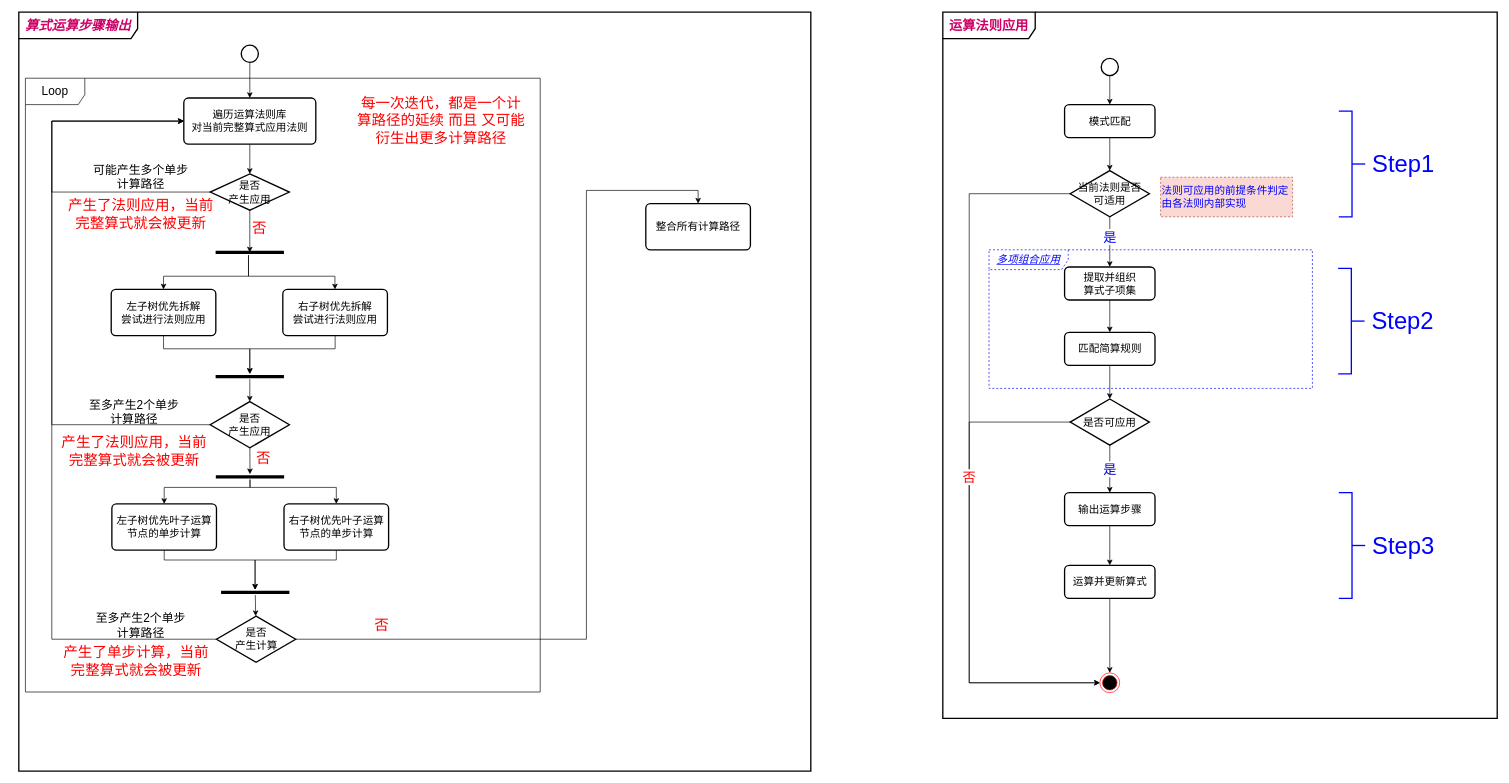
This is page "四则混合运算步骤拆解 算法基本流程设计 的副本" (7 of 7) of 数学引擎.drawio from TinlerLin/MathEngine, a draw.io file, before an edit. Source tidied: cells renumbered, new cells numbered last; positions are measured from the earlier drawing's top-left corner, leaving out a move shared by most shapes. Both pictures are drawn from the tidied source at 66%, with x=0, y=0 at pixel (18, 12).
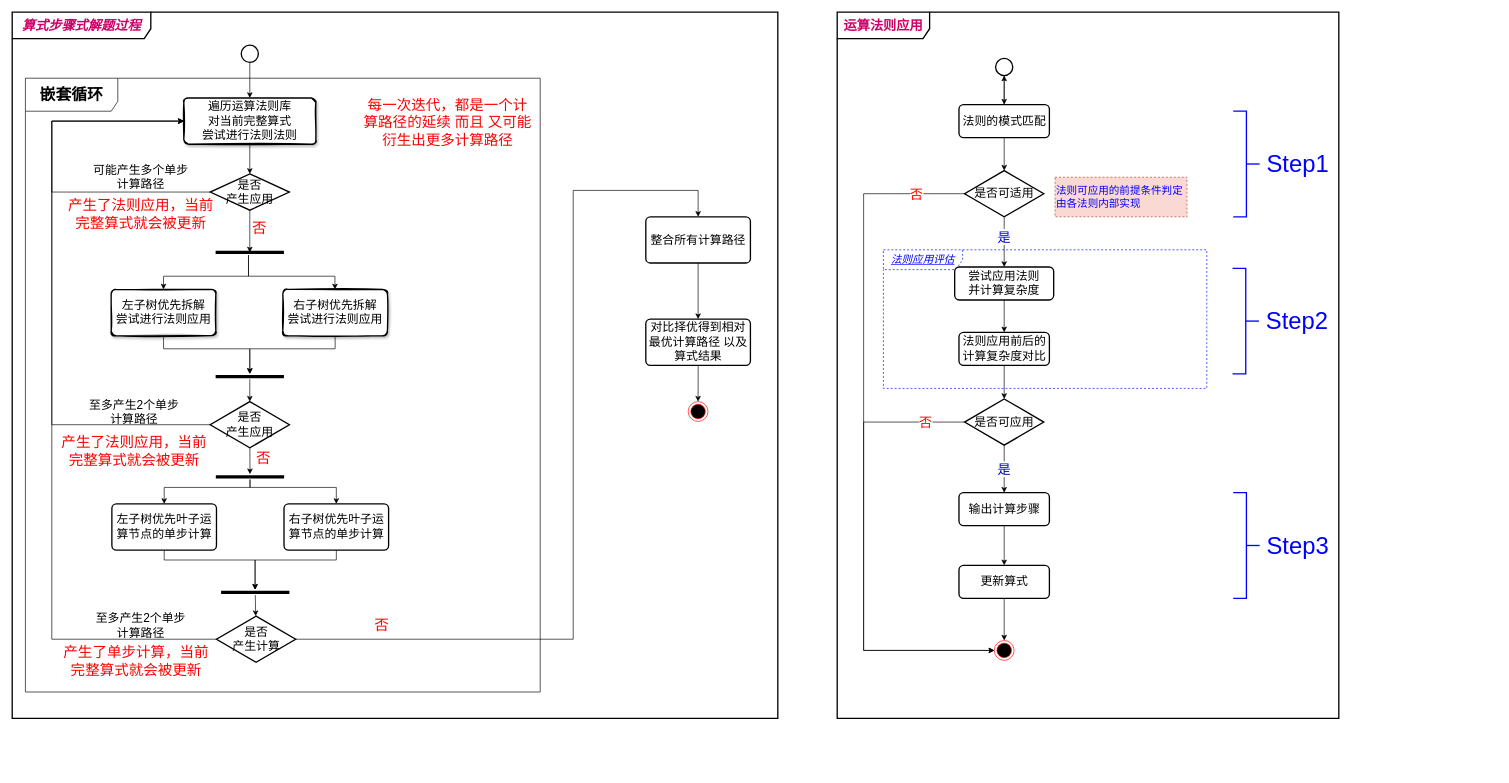
After the change.

Commit message (it also covers changes not shown here):
更新数学引擎.drawio

Diff of the diagram source:
```diff
@@
-    <mxCell id="2" value="算式运算步骤输出" style="shape=umlFrame;whiteSpace=wrap;html=1;fontSize=20;width=180;height=40;fontStyle=3;fontColor=#CC0066;strokeWidth=2;" parent="1" vertex="1">
-      <mxGeometry width="1200" height="1150" as="geometry" />
+    <mxCell id="2" value="算式步骤式解题过程" style="shape=umlFrame;whiteSpace=wrap;html=1;fontSize=20;width=210;height=40;fontStyle=3;fontColor=#CC0066;strokeWidth=2;" parent="1" vertex="1">
+      <mxGeometry x="-10" width="1160" height="1070" as="geometry" />
     </mxCell>
-    <mxCell id="3" value="Loop" style="shape=umlFrame;whiteSpace=wrap;html=1;strokeWidth=1;fontSize=18;fontColor=#000000;width=90;height=40;" parent="1" vertex="1">
+    <mxCell id="3" value="&lt;b&gt;&lt;font style=&quot;font-size: 24px;&quot;&gt;嵌套循环&lt;br&gt;&lt;/font&gt;&lt;/b&gt;" style="shape=umlFrame;whiteSpace=wrap;html=1;strokeWidth=1;fontSize=18;fontColor=#000000;width=140;height=50;" parent="1" vertex="1">
       <mxGeometry x="10" y="100" width="780" height="930" as="geometry" />
     </mxCell>
     <mxCell id="4" value="&lt;span style=&quot;font-size: 20px;&quot;&gt;运算法则应用&lt;/span&gt;" style="shape=umlFrame;whiteSpace=wrap;html=1;fontSize=20;fontColor=#CC0066;strokeColor=#000000;strokeWidth=2;fillColor=default;width=140;height=40;fontStyle=1;" parent="1" vertex="1">
-      <mxGeometry x="1400" width="840" height="1070" as="geometry" />
+      <mxGeometry x="1240" width="760" height="1070" as="geometry" />
     </mxCell>
-    <mxCell id="5" value="&lt;div style=&quot;text-align: left&quot;&gt;&lt;span&gt;多项组合应用&lt;/span&gt;&lt;/div&gt;" style="shape=umlFrame;whiteSpace=wrap;html=1;dashed=1;fontSize=16;fontColor=#0000FF;fillColor=none;width=120;height=30;fontStyle=6;strokeColor=#0000FF;" parent="1" vertex="1">
-      <mxGeometry x="1470" y="360" width="490" height="210" as="geometry" />
+    <mxCell id="5" value="&lt;div style=&quot;text-align: left&quot;&gt;&lt;span&gt;法则应用评估&lt;/span&gt;&lt;/div&gt;" style="shape=umlFrame;whiteSpace=wrap;html=1;dashed=1;fontSize=16;fontColor=#0000FF;fillColor=none;width=120;height=30;fontStyle=6;strokeColor=#0000FF;" parent="1" vertex="1">
+      <mxGeometry x="1310" y="360" width="490" height="210" as="geometry" />
     </mxCell>
-    <mxCell id="6" style="edgeStyle=orthogonalEdgeStyle;rounded=0;jettySize=auto;html=1;fontSize=20;fontColor=#FF0000;entryX=0;entryY=0.5;entryDx=0;entryDy=0;exitX=0;exitY=0.5;exitDx=0;exitDy=0;exitPerimeter=0;" parent="1" edge="1" source="20" target="11">
-      <mxGeometry relative="1" as="geometry">
-        <Array as="points">
-          <mxPoint x="1440" y="621" />
-          <mxPoint x="1440" y="1016" />
-        </Array>
-      </mxGeometry>
-    </mxCell>
@@
     <mxCell id="10" style="strokeWidth=2;html=1;shape=mxgraph.flowchart.start_2;whiteSpace=wrap;fontSize=16;" parent="1" vertex="1">
-      <mxGeometry x="1640" y="70" width="26" height="26" as="geometry" />
+      <mxGeometry x="1480" y="70" width="26" height="26" as="geometry" />
     </mxCell>
     <mxCell id="11" style="ellipse;html=1;shape=endState;fillColor=#000000;strokeColor=#ff0000;fontSize=16;" parent="1" vertex="1">
-      <mxGeometry x="1638" y="1001" width="30" height="30" as="geometry" />
+      <mxGeometry x="1478" y="952" width="30" height="30" as="geometry" />
     </mxCell>
@@
+    <mxCell id="77" style="edgeStyle=orthogonalEdgeStyle;rounded=0;jettySize=auto;html=1;fontSize=18;fontColor=#FF0000;endArrow=classic;endFill=1;" parent="1" edge="1" source="13" target="10">
+      <mxGeometry relative="1" as="geometry" />
+    </mxCell>
-    <mxCell id="13" value="模式匹配" style="rounded=1;whiteSpace=wrap;html=1;absoluteArcSize=1;arcSize=14;strokeWidth=2;fontSize=16;" parent="1" vertex="1">
-      <mxGeometry x="1584.5" y="140" width="137" height="50" as="geometry" />
+    <mxCell id="13" value="法则的模式匹配" style="rounded=1;whiteSpace=wrap;html=1;absoluteArcSize=1;arcSize=14;strokeWidth=2;fontSize=18;" parent="1" vertex="1">
+      <mxGeometry x="1424.5" y="140" width="137" height="50" as="geometry" />
     </mxCell>
-    <mxCell id="14" value="否" style="edgeStyle=orthogonalEdgeStyle;rounded=0;jettySize=auto;html=1;entryX=0;entryY=0.5;entryDx=0;entryDy=0;fontSize=20;fontColor=#FF0000;exitX=0.097;exitY=0.424;exitDx=0;exitDy=0;exitPerimeter=0;" parent="1" edge="1" source="16" target="11">
-      <mxGeometry x="0.08" relative="1" as="geometry">
+    <mxCell id="14" value="否" style="edgeStyle=orthogonalEdgeStyle;rounded=0;jettySize=auto;html=1;fontSize=20;fontColor=#FF0000;exitX=0.097;exitY=0.424;exitDx=0;exitDy=0;exitPerimeter=0;entryX=0;entryY=0.5;entryDx=0;entryDy=0;" parent="1" edge="1" source="16" target="11">
+      <mxGeometry x="-0.83" relative="1" as="geometry">
         <Array as="points">
-          <mxPoint x="1605" y="275" />
-          <mxPoint x="1440" y="275" />
-          <mxPoint x="1440" y="1016" />
+          <mxPoint x="1445" y="275" />
+          <mxPoint x="1280" y="275" />
+          <mxPoint x="1280" y="967" />
         </Array>
       </mxGeometry>
     </mxCell>
@@
-    <mxCell id="16" value="当前法则是否&lt;br&gt;可适用" style="strokeWidth=2;html=1;shape=mxgraph.flowchart.decision;whiteSpace=wrap;fontSize=16;" parent="1" vertex="1">
-      <mxGeometry x="1593" y="240" width="120" height="70" as="geometry" />
+    <mxCell id="16" value="是否可适用" style="strokeWidth=2;html=1;shape=mxgraph.flowchart.decision;whiteSpace=wrap;fontSize=18;" parent="1" vertex="1">
+      <mxGeometry x="1433" y="240" width="120" height="70" as="geometry" />
     </mxCell>
@@
-    <mxCell id="18" value="匹配简算规则" style="rounded=1;whiteSpace=wrap;html=1;absoluteArcSize=1;arcSize=14;strokeWidth=2;fontSize=16;" parent="1" vertex="1">
-      <mxGeometry x="1584.5" y="485" width="137" height="50" as="geometry" />
+    <mxCell id="18" value="法则应用前后的计算复杂度对比" style="rounded=1;whiteSpace=wrap;html=1;absoluteArcSize=1;arcSize=14;strokeWidth=2;fontSize=18;" parent="1" vertex="1">
+      <mxGeometry x="1424.5" y="485" width="137" height="50" as="geometry" />
     </mxCell>
@@
-    <mxCell id="20" value="是否可应用" style="strokeWidth=2;html=1;shape=mxgraph.flowchart.decision;whiteSpace=wrap;fontSize=16;" parent="1" vertex="1">
-      <mxGeometry x="1593" y="586" width="120" height="70" as="geometry" />
+    <mxCell id="20" value="是否可应用" style="strokeWidth=2;html=1;shape=mxgraph.flowchart.decision;whiteSpace=wrap;fontSize=18;" parent="1" vertex="1">
+      <mxGeometry x="1433" y="586" width="120" height="70" as="geometry" />
     </mxCell>
@@
-    <mxCell id="22" value="输出运算步骤" style="rounded=1;whiteSpace=wrap;html=1;absoluteArcSize=1;arcSize=14;strokeWidth=2;fontSize=16;" parent="1" vertex="1">
-      <mxGeometry x="1584.5" y="728" width="137" height="50" as="geometry" />
+    <mxCell id="22" value="输出计算步骤" style="rounded=1;whiteSpace=wrap;html=1;absoluteArcSize=1;arcSize=14;strokeWidth=2;fontSize=18;" parent="1" vertex="1">
+      <mxGeometry x="1424.5" y="728" width="137" height="50" as="geometry" />
     </mxCell>
@@
-    <mxCell id="24" value="提取并组织&lt;br&gt;算式子项集" style="rounded=1;whiteSpace=wrap;html=1;absoluteArcSize=1;arcSize=14;strokeWidth=2;fontSize=16;" parent="1" vertex="1">
-      <mxGeometry x="1584.5" y="386" width="137" height="50" as="geometry" />
+    <mxCell id="24" value="尝试应用法则&lt;br&gt;并计算复杂度" style="rounded=1;whiteSpace=wrap;html=1;absoluteArcSize=1;arcSize=14;strokeWidth=2;fontSize=18;" parent="1" vertex="1">
+      <mxGeometry x="1418" y="386" width="150" height="50" as="geometry" />
     </mxCell>
@@
-    <mxCell id="26" value="运算并更新算式" style="rounded=1;whiteSpace=wrap;html=1;absoluteArcSize=1;arcSize=14;strokeWidth=2;fontSize=16;" parent="1" vertex="1">
-      <mxGeometry x="1584.5" y="838" width="137" height="50" as="geometry" />
+    <mxCell id="26" value="更新算式" style="rounded=1;whiteSpace=wrap;html=1;absoluteArcSize=1;arcSize=14;strokeWidth=2;fontSize=18;" parent="1" vertex="1">
+      <mxGeometry x="1424.5" y="838" width="137" height="50" as="geometry" />
     </mxCell>
     <mxCell id="27" value="法则可应用的前提条件判定&lt;br&gt;由各法则内部实现" style="text;html=1;strokeColor=#ae4132;fillColor=#fad9d5;align=left;verticalAlign=middle;whiteSpace=wrap;rounded=0;dashed=1;fontSize=16;fontColor=#0000FF;" parent="1" vertex="1">
-      <mxGeometry x="1730" y="250" width="200" height="60" as="geometry" />
+      <mxGeometry x="1570" y="250" width="200" height="60" as="geometry" />
     </mxCell>
     <mxCell id="28" style="group;fontColor=#0000FF;" parent="1" vertex="1">
-      <mxGeometry x="2000" y="150" width="128" height="160" as="geometry" />
+      <mxGeometry x="1840" y="150" width="128" height="160" as="geometry" />
     </mxCell>
@@
     <mxCell id="31" style="group;" parent="1" vertex="1">
-      <mxGeometry x="1999" y="388" width="128" height="160" as="geometry" />
+      <mxGeometry x="1839" y="388" width="128" height="160" as="geometry" />
     </mxCell>
@@
     <mxCell id="34" style="group;" parent="1" vertex="1">
-      <mxGeometry x="2000" y="728" width="128" height="160" as="geometry" />
+      <mxGeometry x="1840" y="728" width="128" height="160" as="geometry" />
     </mxCell>
@@
-    <mxCell id="38" value="遍历运算法则库&lt;br&gt;对当前完整算式应用法则" style="rounded=1;whiteSpace=wrap;html=1;absoluteArcSize=1;arcSize=14;strokeWidth=2;fontSize=16;" parent="1" vertex="1">
+    <mxCell id="38" value="遍历运算法则库&lt;br style=&quot;font-size: 18px;&quot;&gt;对当前完整算式&lt;br style=&quot;font-size: 18px;&quot;&gt;尝试进行法则法则" style="rounded=1;whiteSpace=wrap;html=1;absoluteArcSize=1;arcSize=14;strokeWidth=2;fontSize=18;shadow=1;glass=0;sketch=1;" parent="1" vertex="1">
       <mxGeometry x="250" y="130" width="200" height="70" as="geometry" />
     </mxCell>
@@
-    <mxCell id="40" value="是否&lt;br&gt;产生应用" style="strokeWidth=2;html=1;shape=mxgraph.flowchart.decision;whiteSpace=wrap;fontSize=16;" parent="1" vertex="1">
+    <mxCell id="40" value="是否&lt;br style=&quot;font-size: 18px;&quot;&gt;产生应用" style="strokeWidth=2;html=1;shape=mxgraph.flowchart.decision;whiteSpace=wrap;fontSize=18;" parent="1" vertex="1">
       <mxGeometry x="290" y="245" width="120" height="55" as="geometry" />
     </mxCell>
@@
-    <mxCell id="42" value="左子树优先拆解&lt;br&gt;尝试进行法则应用" style="rounded=1;whiteSpace=wrap;html=1;absoluteArcSize=1;arcSize=14;strokeWidth=2;fontSize=16;" parent="1" vertex="1">
+    <mxCell id="42" value="左子树优先拆解&lt;br style=&quot;font-size: 18px;&quot;&gt;尝试进行法则应用" style="rounded=1;whiteSpace=wrap;html=1;absoluteArcSize=1;arcSize=14;strokeWidth=2;fontSize=18;sketch=1;shadow=1;" parent="1" vertex="1">
       <mxGeometry x="140" y="420" width="158.5" height="70" as="geometry" />
     </mxCell>
@@
-    <mxCell id="44" value="右子树优先拆解&lt;br&gt;尝试进行法则应用" style="rounded=1;whiteSpace=wrap;html=1;absoluteArcSize=1;arcSize=14;strokeWidth=2;fontSize=16;" parent="1" vertex="1">
+    <mxCell id="44" value="右子树优先拆解&lt;br style=&quot;font-size: 18px;&quot;&gt;尝试进行法则应用" style="rounded=1;whiteSpace=wrap;html=1;absoluteArcSize=1;arcSize=14;strokeWidth=2;fontSize=18;sketch=1;shadow=1;" parent="1" vertex="1">
       <mxGeometry x="400" y="420" width="158.5" height="70" as="geometry" />
     </mxCell>
@@
-    <mxCell id="47" value="是否&lt;br&gt;产生应用" style="strokeWidth=2;html=1;shape=mxgraph.flowchart.decision;whiteSpace=wrap;fontSize=16;" parent="1" vertex="1">
+    <mxCell id="47" value="是否&lt;br style=&quot;font-size: 18px;&quot;&gt;产生应用" style="strokeWidth=2;html=1;shape=mxgraph.flowchart.decision;whiteSpace=wrap;fontSize=18;" parent="1" vertex="1">
       <mxGeometry x="290" y="590" width="120" height="70" as="geometry" />
     </mxCell>
@@
-    <mxCell id="49" value="左子树优先叶子运算节点的单步计算" style="rounded=1;whiteSpace=wrap;html=1;absoluteArcSize=1;arcSize=14;strokeWidth=2;fontSize=16;" parent="1" vertex="1">
+    <mxCell id="49" value="左子树优先叶子运算节点的单步计算" style="rounded=1;whiteSpace=wrap;html=1;absoluteArcSize=1;arcSize=14;strokeWidth=2;fontSize=18;" parent="1" vertex="1">
       <mxGeometry x="141" y="745" width="158.5" height="70" as="geometry" />
     </mxCell>
@@
-    <mxCell id="51" value="右子树优先叶子运算节点的单步计算" style="rounded=1;whiteSpace=wrap;html=1;absoluteArcSize=1;arcSize=14;strokeWidth=2;fontSize=16;" parent="1" vertex="1">
+    <mxCell id="51" value="右子树优先叶子运算节点的单步计算" style="rounded=1;whiteSpace=wrap;html=1;absoluteArcSize=1;arcSize=14;strokeWidth=2;fontSize=18;" parent="1" vertex="1">
       <mxGeometry x="401.8" y="745" width="158.5" height="70" as="geometry" />
     </mxCell>
@@
     <mxCell id="62" style="edgeStyle=orthogonalEdgeStyle;rounded=0;jettySize=auto;html=1;entryX=0.5;entryY=0;entryDx=0;entryDy=0;fontSize=22;fontColor=#FF0000;endArrow=classic;endFill=1;" parent="1" edge="1" source="63" target="69">
       <mxGeometry relative="1" as="geometry">
         <Array as="points">
-          <mxPoint x="860" y="950" />
-          <mxPoint x="860" y="270" />
+          <mxPoint x="840" y="950" />
+          <mxPoint x="840" y="270" />
           <mxPoint x="1029" y="270" />
         </Array>
       </mxGeometry>
     </mxCell>
-    <mxCell id="63" value="是否&lt;br&gt;产生计算" style="strokeWidth=2;html=1;shape=mxgraph.flowchart.decision;whiteSpace=wrap;fontSize=16;" parent="1" vertex="1">
+    <mxCell id="63" value="是否&lt;br style=&quot;font-size: 18px;&quot;&gt;产生计算" style="strokeWidth=2;html=1;shape=mxgraph.flowchart.decision;whiteSpace=wrap;fontSize=18;" parent="1" vertex="1">
       <mxGeometry x="299.5" y="915" width="120" height="70" as="geometry" />
     </mxCell>
@@
+    <mxCell id="78" style="edgeStyle=orthogonalEdgeStyle;rounded=0;jettySize=auto;html=1;fontSize=22;fontColor=#FF0000;endArrow=classic;endFill=1;" parent="1" edge="1" source="69" target="80">
+      <mxGeometry relative="1" as="geometry" />
+    </mxCell>
-    <mxCell id="69" value="整合所有计算路径" style="rounded=1;whiteSpace=wrap;html=1;absoluteArcSize=1;arcSize=14;strokeWidth=2;fontSize=16;" parent="1" vertex="1">
-      <mxGeometry x="950" y="290" width="158.5" height="70" as="geometry" />
+    <mxCell id="69" value="整合所有计算路径" style="rounded=1;whiteSpace=wrap;html=1;absoluteArcSize=1;arcSize=14;strokeWidth=2;fontSize=18;" parent="1" vertex="1">
+      <mxGeometry x="950" y="310" width="158.5" height="70" as="geometry" />
     </mxCell>
@@
     <mxCell id="76" value="每一次迭代，都是一个计算路径的延续 而且 又可能衍生出更多计算路径" style="text;html=1;strokeColor=none;fillColor=none;align=center;verticalAlign=middle;whiteSpace=wrap;rounded=0;strokeWidth=1;fontSize=22;fontColor=#FF0000;" parent="1" vertex="1">
-      <mxGeometry x="510" y="118.8" width="260" height="92.5" as="geometry" />
+      <mxGeometry x="520" y="120" width="260" height="95" as="geometry" />
     </mxCell>
+    <mxCell id="79" style="edgeStyle=orthogonalEdgeStyle;rounded=0;jettySize=auto;html=1;entryX=0.5;entryY=0;entryDx=0;entryDy=0;fontSize=22;fontColor=#FF0000;endArrow=classic;endFill=1;" parent="1" edge="1" source="80" target="81">
+      <mxGeometry relative="1" as="geometry" />
+    </mxCell>
+    <mxCell id="80" value="对比择优得到相对最优计算路径 以及 算式结果" style="rounded=1;whiteSpace=wrap;html=1;absoluteArcSize=1;arcSize=14;strokeWidth=2;fontSize=18;" parent="1" vertex="1">
+      <mxGeometry x="950" y="465" width="158.5" height="70" as="geometry" />
+    </mxCell>
+    <mxCell id="81" style="ellipse;html=1;shape=endState;fillColor=#000000;strokeColor=#ff0000;fontSize=16;" parent="1" vertex="1">
+      <mxGeometry x="1014.2" y="590" width="30" height="30" as="geometry" />
+    </mxCell>
+    <mxCell id="6" value="否" style="edgeStyle=orthogonalEdgeStyle;rounded=0;jettySize=auto;html=1;fontSize=20;fontColor=#FF0000;exitX=0;exitY=0.5;exitDx=0;exitDy=0;exitPerimeter=0;entryX=0;entryY=0.5;entryDx=0;entryDy=0;" parent="1" edge="1" source="20" target="11">
+      <mxGeometry x="-0.83" relative="1" as="geometry">
+        <Array as="points">
+          <mxPoint x="1280" y="621" />
+          <mxPoint x="1280" y="967" />
+        </Array>
+      </mxGeometry>
+    </mxCell>
```
